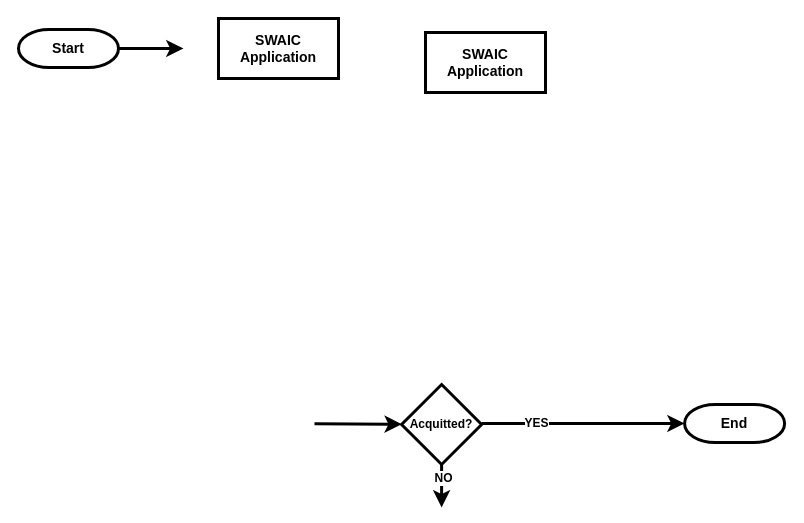
The draw.io diagram page "SWAICA" (6 of 10) of TourismHunting/Tourism_Hunting_Flow.drawio in MbalamulaS/portal2-diagram, before the edit. Source tidied: cells renumbered, new cells numbered last; positions are measured from the earlier drawing's top-left corner, leaving out a move shared by most shapes. Both pictures are drawn from the tidied source at 100%, with x=0, y=0 at pixel (18, 18).
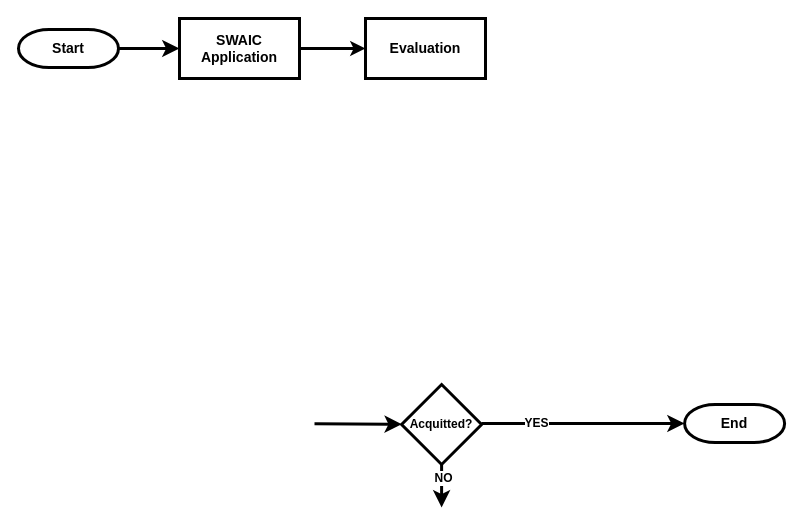
The same page after the edit.

Diff of the diagram source:
```diff
@@
 <mxGraphModel>
   <root>
     <mxCell id="0" />
     <mxCell id="1" parent="0" />
-    <mxCell id="2" style="edgeStyle=none;curved=1;rounded=0;jettySize=auto;html=1;fontSize=12;startSize=8;endSize=8;strokeWidth=3;" parent="1" edge="1" source="3">
-      <mxGeometry relative="1" as="geometry">
-        <mxPoint x="165" y="30" as="targetPoint" />
-      </mxGeometry>
+    <mxCell id="2" style="edgeStyle=none;curved=1;rounded=0;jettySize=auto;html=1;fontSize=12;startSize=8;endSize=8;strokeWidth=3;entryX=0;entryY=0.5;entryDx=0;entryDy=0;" parent="1" edge="1" source="3" target="11">
+      <mxGeometry relative="1" as="geometry" />
     </mxCell>
     <mxCell id="3" value="&lt;span&gt;&lt;font&gt;Start&lt;/font&gt;&lt;/span&gt;" style="strokeWidth=3;html=1;shape=mxgraph.flowchart.terminator;whiteSpace=wrap;fontSize=14;fontStyle=1;" parent="1" vertex="1">
       <mxGeometry y="11" width="100" height="38" as="geometry" />
     </mxCell>
     <mxCell id="4" value="&lt;span&gt;End&lt;/span&gt;" style="strokeWidth=3;html=1;shape=mxgraph.flowchart.terminator;whiteSpace=wrap;fontSize=14;fontStyle=1;" parent="1" vertex="1">
       <mxGeometry x="666.1" y="386" width="100" height="38" as="geometry" />
     </mxCell>
     <mxCell id="5" style="edgeStyle=none;curved=1;rounded=0;jettySize=auto;html=1;fontSize=12;startSize=8;endSize=8;fontStyle=1;strokeWidth=3;entryX=0;entryY=0.5;entryDx=0;entryDy=0;entryPerimeter=0;" parent="1" edge="1" target="4">
       <mxGeometry relative="1" as="geometry">
         <mxPoint x="463" y="405.1" as="sourcePoint" />
       </mxGeometry>
     </mxCell>
     <mxCell id="6" value="YES" style="edgeLabel;html=1;align=center;verticalAlign=middle;fontSize=12;fontStyle=1;" parent="5" vertex="1">
       <mxGeometry x="-0.46" y="1" relative="1" as="geometry" />
     </mxCell>
     <mxCell id="7" style="edgeStyle=none;curved=1;rounded=0;jettySize=auto;html=1;fontSize=12;startSize=8;endSize=8;strokeWidth=3;" parent="1" edge="1" source="9">
       <mxGeometry relative="1" as="geometry">
         <mxPoint x="423.1" y="489" as="targetPoint" />
       </mxGeometry>
     </mxCell>
     <mxCell id="8" value="&lt;b&gt;NO&lt;/b&gt;" style="edgeLabel;html=1;align=center;verticalAlign=middle;fontSize=12;" parent="7" vertex="1">
       <mxGeometry x="-0.4" y="1" relative="1" as="geometry" />
     </mxCell>
     <mxCell id="9" value="Acquitted?" style="rhombus;whiteSpace=wrap;html=1;fontStyle=1;strokeWidth=3;" parent="1" vertex="1">
       <mxGeometry x="383.1" y="366" width="80" height="80" as="geometry" />
     </mxCell>
     <mxCell id="10" style="edgeStyle=none;curved=1;rounded=0;jettySize=auto;html=1;fontSize=12;startSize=8;endSize=8;strokeWidth=3;" parent="1" edge="1" target="9">
       <mxGeometry relative="1" as="geometry">
         <mxPoint x="296" y="405.3" as="sourcePoint" />
       </mxGeometry>
     </mxCell>
+    <mxCell id="13" style="edgeStyle=orthogonalEdgeStyle;rounded=0;jettySize=auto;html=1;strokeWidth=3;" parent="1" edge="1" source="11" target="12">
+      <mxGeometry relative="1" as="geometry" />
+    </mxCell>
     <mxCell id="11" value="SWAIC Application" style="whiteSpace=wrap;html=1;fontSize=14;fontStyle=1;strokeWidth=3;" parent="1" vertex="1">
-      <mxGeometry x="200" width="120" height="60" as="geometry" />
+      <mxGeometry x="161" width="120" height="60" as="geometry" />
     </mxCell>
-    <mxCell id="12" value="SWAIC Application" style="whiteSpace=wrap;html=1;fontSize=14;fontStyle=1;strokeWidth=3;" parent="1" vertex="1">
-      <mxGeometry x="407" y="14" width="120" height="60" as="geometry" />
+    <mxCell id="12" value="Evaluation" style="whiteSpace=wrap;html=1;fontSize=14;fontStyle=1;strokeWidth=3;" parent="1" vertex="1">
+      <mxGeometry x="347" width="120" height="60" as="geometry" />
     </mxCell>
   </root>
 </mxGraphModel>
```
